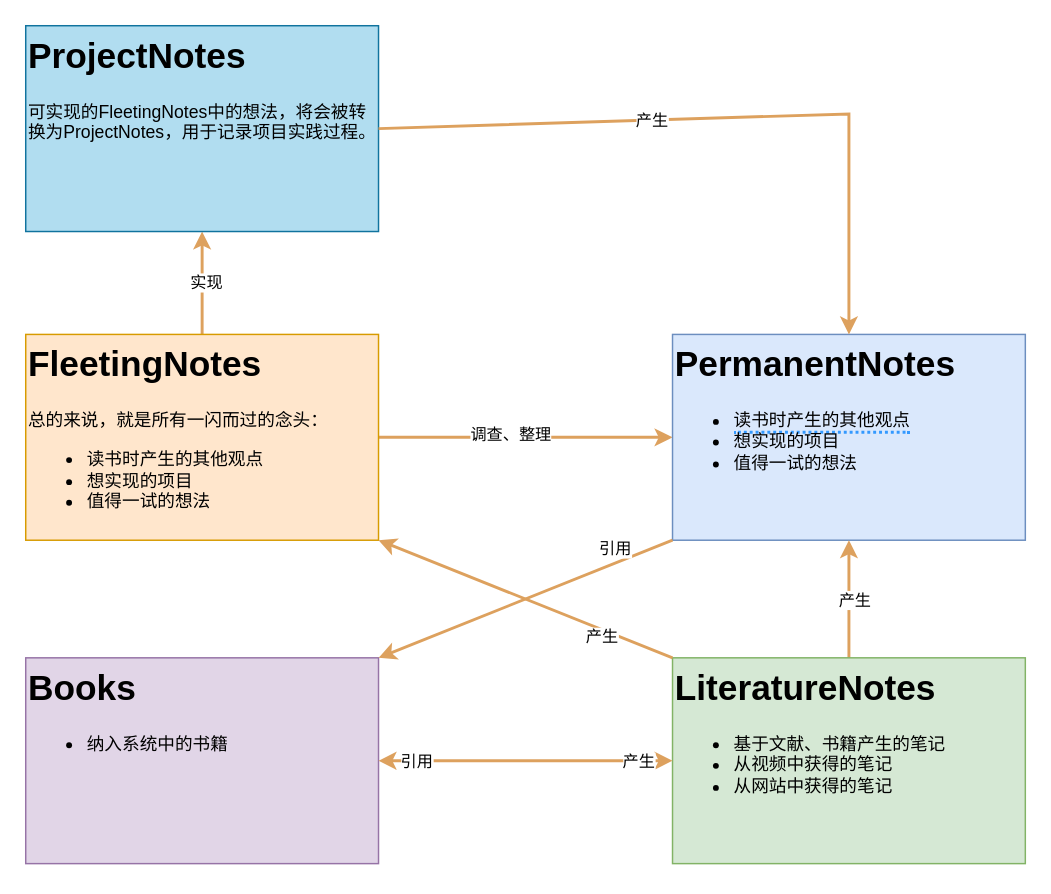
Above: twks.drawio in uzvg/diagrams (draw.io), before the change. Source tidied: cells renumbered, new cells numbered last; positions are measured from the earlier drawing's top-left corner, leaving out a move shared by most shapes. Both pictures are drawn from the tidied source at 147%, with x=0, y=0 at pixel (25, 25).
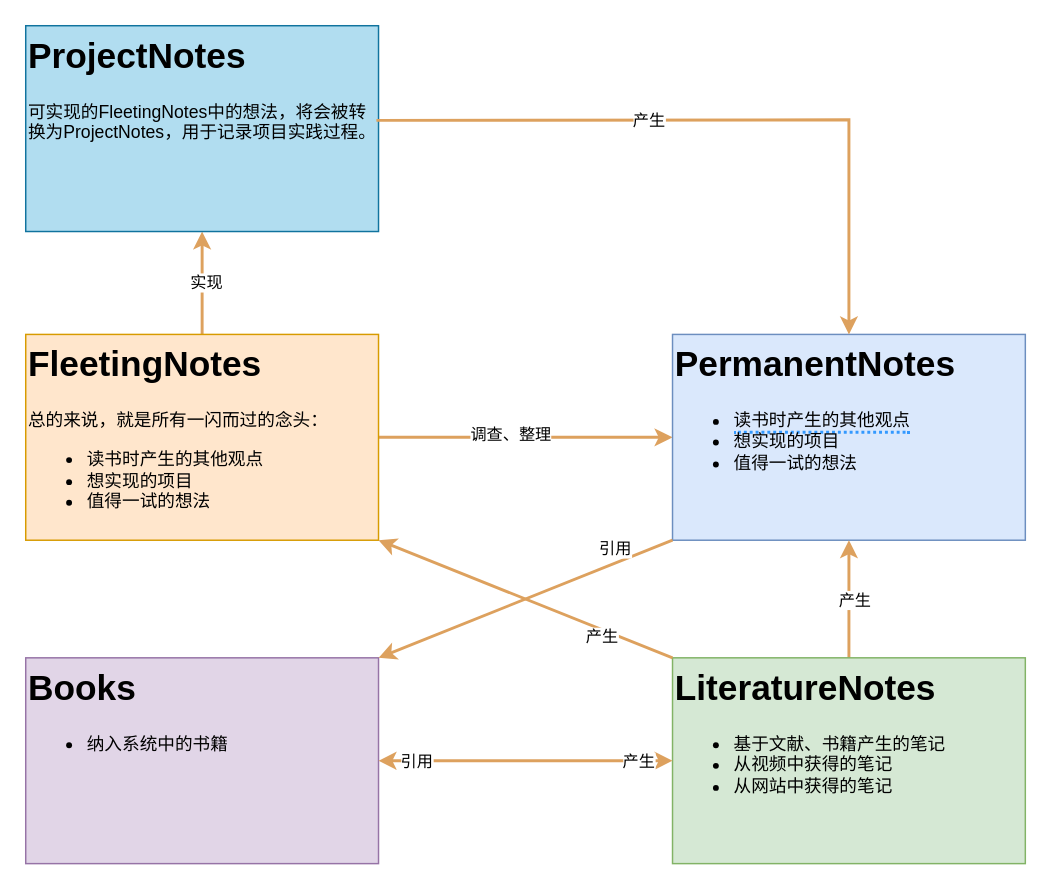
After the change.

Unchanged cells that the change refers to:
```xml
<mxCell id="7" value="&lt;h1 style=&quot;margin-top: 0px;&quot;&gt;PermanentNotes&lt;/h1&gt;&lt;div&gt;&lt;ul&gt;&lt;li style=&quot;&quot;&gt;&lt;span style=&quot;cursor: pointer; border-bottom: 2px dotted rgb(51, 153, 255);&quot;&gt;读书时产生的其他观点&lt;/span&gt;&lt;/li&gt;&lt;li style=&quot;&quot;&gt;想实现的项目&lt;/li&gt;&lt;li style=&quot;&quot;&gt;值得一试的想法&lt;/li&gt;&lt;/ul&gt;&lt;/div&gt;" style="text;html=1;whiteSpace=wrap;overflow=hidden;rounded=0;fillColor=#dae8fc;strokeColor=#6c8ebf;align=left;" parent="1" vertex="1">
  <mxGeometry x="440" y="210" width="240" height="140" as="geometry" />
</mxCell>
<mxCell id="12" value="&lt;h1 style=&quot;margin-top: 0px;&quot;&gt;ProjectNotes&lt;/h1&gt;&lt;div&gt;可实现的FleetingNotes中的想法，将会被转换为ProjectNotes，用于记录项目实践过程。&lt;/div&gt;" style="text;html=1;whiteSpace=wrap;overflow=hidden;rounded=0;fillColor=#b1ddf0;strokeColor=#10739e;align=left;" parent="1" vertex="1">
  <mxGeometry width="240" height="140" as="geometry" />
</mxCell>
```

What changed in the source:
```diff
@@
-    <mxCell id="18" style="endArrow=classic;html=1;rounded=0;strokeColor=#DDA15E;fontColor=#FEFAE0;fillColor=#BC6C25;exitX=1;exitY=0.5;exitDx=0;exitDy=0;entryX=0.5;entryY=0;entryDx=0;entryDy=0;strokeWidth=2;flowAnimation=1;" parent="1" edge="1" source="12" target="7">
+    <mxCell id="18" style="endArrow=classic;html=1;rounded=0;strokeColor=#DDA15E;fontColor=#FEFAE0;fillColor=#BC6C25;exitX=0.994;exitY=0.46;exitDx=0;exitDy=0;entryX=0.5;entryY=0;entryDx=0;entryDy=0;strokeWidth=2;flowAnimation=1;exitPerimeter=0;" parent="1" edge="1" source="12" target="7">
       <mxGeometry relative="1" as="geometry">
         <Array as="points">
-          <mxPoint x="560" y="60" />
+          <mxPoint x="560" y="64" />
         </Array>
       </mxGeometry>
     </mxCell>
```
